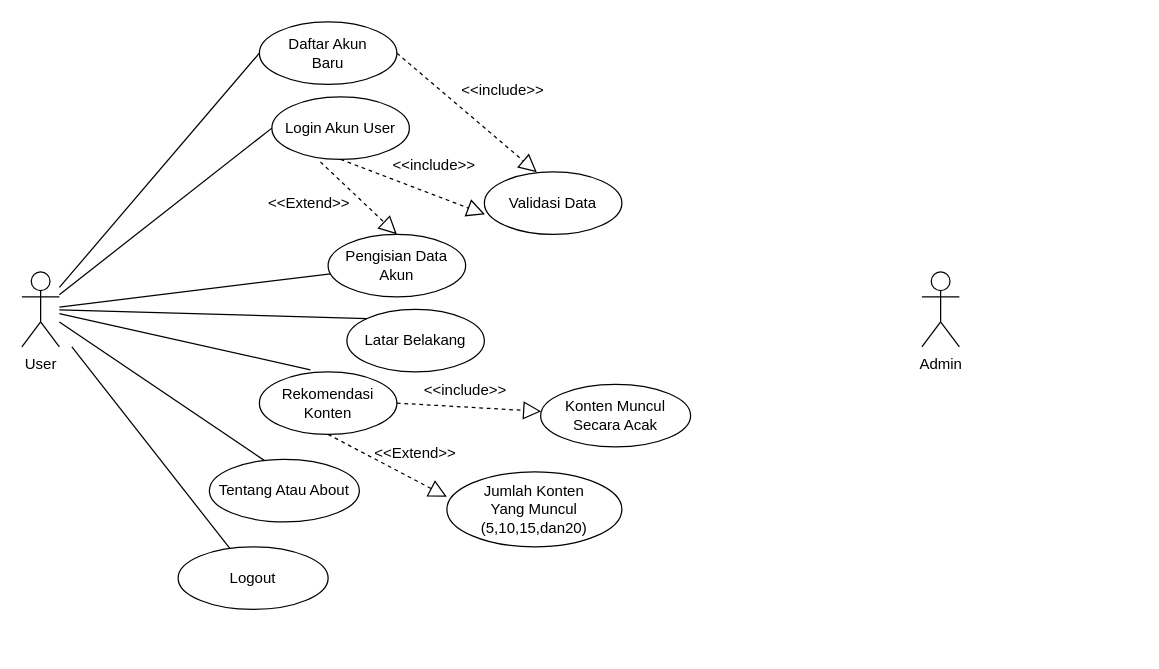
This is Use case.drawio from abdraiin/Sistem-Rekomendasi-Konten, a draw.io file, before an edit. Source tidied: cells renumbered, new cells numbered last; positions are measured from the earlier drawing's top-left corner, leaving out a move shared by most shapes. Both pictures are drawn from the tidied source at 125%, with x=0, y=0 at pixel (21, 21).
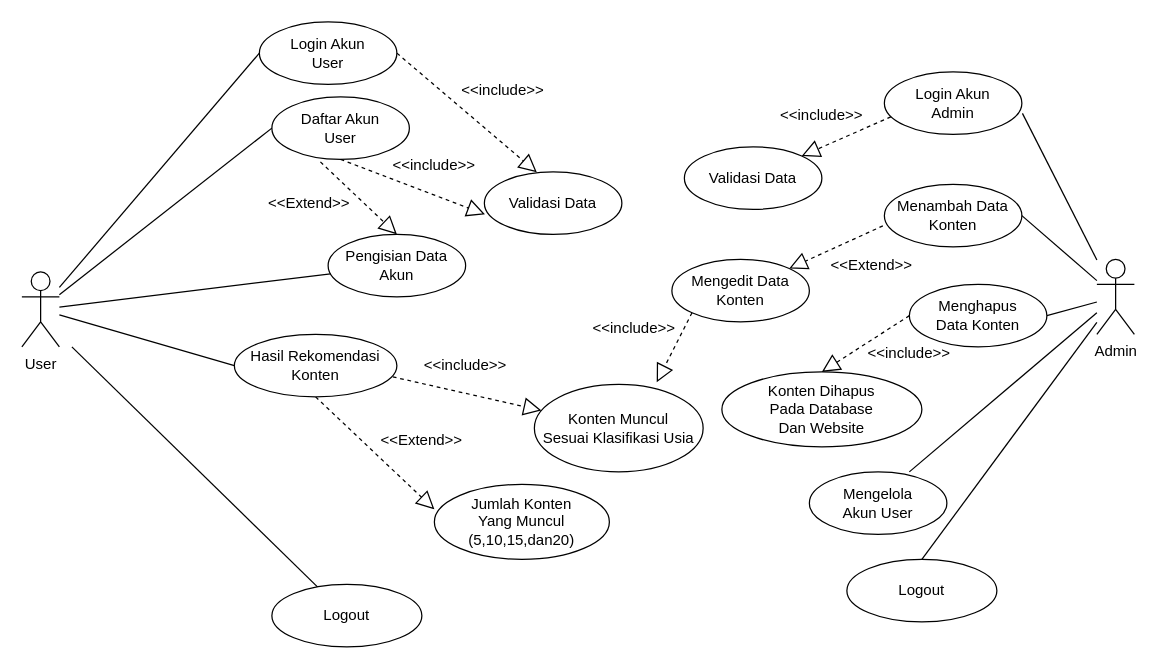
The same page after the edit.

The change refers to these unchanged cells:
```xml
<mxCell id="2" value="User" style="shape=umlActor;verticalLabelPosition=bottom;verticalAlign=top;html=1;outlineConnect=0;" parent="1" vertex="1">
  <mxGeometry y="200" width="30" height="60" as="geometry" />
</mxCell>
```

The edit, as a diff of the source:
```diff
@@
-    <mxCell id="3" value="Daftar Akun&lt;div&gt;Baru&lt;/div&gt;" style="ellipse;whiteSpace=wrap;html=1;" parent="1" vertex="1">
+    <mxCell id="3" value="Login Akun&lt;div&gt;User&lt;/div&gt;" style="ellipse;whiteSpace=wrap;html=1;" parent="1" vertex="1">
       <mxGeometry x="190" width="110" height="50" as="geometry" />
     </mxCell>
@@
-    <mxCell id="5" value="Login Akun User" style="ellipse;whiteSpace=wrap;html=1;" parent="1" vertex="1">
+    <mxCell id="5" value="Daftar Akun&lt;div&gt;User&lt;/div&gt;" style="ellipse;whiteSpace=wrap;html=1;" parent="1" vertex="1">
       <mxGeometry x="200" y="60" width="110" height="50" as="geometry" />
     </mxCell>
@@
-    <mxCell id="16" value="Latar Belakang" style="ellipse;whiteSpace=wrap;html=1;" parent="1" vertex="1">
-      <mxGeometry x="260" y="230" width="110" height="50" as="geometry" />
-    </mxCell>
-    <mxCell id="17" style="endArrow=none;html=1;rounded=0;entryX=0;entryY=0;entryDx=0;entryDy=0;" parent="1" edge="1" source="2" target="16">
+    <mxCell id="17" style="endArrow=none;html=1;rounded=0;entryX=0;entryY=0.5;entryDx=0;entryDy=0;" parent="1" edge="1" source="2" target="31">
       <mxGeometry relative="1" as="geometry" />
     </mxCell>
-    <mxCell id="18" value="Rekomendasi&lt;div&gt;Konten&lt;/div&gt;" style="ellipse;whiteSpace=wrap;html=1;" parent="1" vertex="1">
-      <mxGeometry x="190" y="280" width="110" height="50" as="geometry" />
-    </mxCell>
-    <mxCell id="19" style="endArrow=none;html=1;rounded=0;entryX=0.371;entryY=-0.032;entryDx=0;entryDy=0;entryPerimeter=0;" parent="1" edge="1" source="2" target="18">
-      <mxGeometry relative="1" as="geometry" />
-    </mxCell>
     <mxCell id="20" value="Jumlah Konten&lt;div&gt;Yang Muncul&lt;/div&gt;&lt;div&gt;(5,10,15,dan20)&lt;/div&gt;" style="ellipse;whiteSpace=wrap;html=1;" parent="1" vertex="1">
-      <mxGeometry x="340" y="360" width="140" height="60" as="geometry" />
+      <mxGeometry x="330" y="370" width="140" height="60" as="geometry" />
     </mxCell>
-    <mxCell id="21" value="Konten Muncul&lt;div&gt;Secara Acak&lt;/div&gt;" style="ellipse;whiteSpace=wrap;html=1;" parent="1" vertex="1">
-      <mxGeometry x="415" y="290" width="120" height="50" as="geometry" />
+    <mxCell id="21" value="Konten Muncul&lt;div&gt;Sesuai Klasifikasi&amp;nbsp;&lt;span style=&quot;background-color: transparent; color: light-dark(rgb(0, 0, 0), rgb(255, 255, 255));&quot;&gt;Usia&lt;/span&gt;&lt;/div&gt;" style="ellipse;whiteSpace=wrap;html=1;" parent="1" vertex="1">
+      <mxGeometry x="410" y="290" width="135" height="70" as="geometry" />
     </mxCell>
-    <mxCell id="22" style="endArrow=block;dashed=1;endFill=0;endSize=12;html=1;rounded=0;exitX=1;exitY=0.5;exitDx=0;exitDy=0;" parent="1" edge="1" source="18" target="21">
+    <mxCell id="22" style="endArrow=block;dashed=1;endFill=0;endSize=12;html=1;rounded=0;exitX=0.975;exitY=0.68;exitDx=0;exitDy=0;exitPerimeter=0;" parent="1" edge="1" source="31" target="21">
       <mxGeometry relative="1" as="geometry" />
     </mxCell>
-    <mxCell id="23" style="endArrow=block;dashed=1;endFill=0;endSize=12;html=1;rounded=0;exitX=0.5;exitY=1;exitDx=0;exitDy=0;entryX=0;entryY=0.333;entryDx=0;entryDy=0;entryPerimeter=0;" parent="1" edge="1" source="18" target="20">
+    <mxCell id="23" style="endArrow=block;dashed=1;endFill=0;endSize=12;html=1;rounded=0;exitX=0.5;exitY=1;exitDx=0;exitDy=0;entryX=0;entryY=0.333;entryDx=0;entryDy=0;entryPerimeter=0;" parent="1" edge="1" source="31" target="20">
       <mxGeometry relative="1" as="geometry" />
     </mxCell>
     <mxCell id="24" value="&amp;lt;&amp;lt;include&amp;gt;&amp;gt;" style="text;html=1;whiteSpace=wrap;strokeColor=none;fillColor=none;align=center;verticalAlign=middle;rounded=0;" parent="1" vertex="1">
-      <mxGeometry x="325" y="280" width="60" height="30" as="geometry" />
+      <mxGeometry x="325" y="260" width="60" height="30" as="geometry" />
     </mxCell>
     <mxCell id="25" value="&amp;lt;&amp;lt;Extend&amp;gt;&amp;gt;" style="text;html=1;whiteSpace=wrap;strokeColor=none;fillColor=none;align=center;verticalAlign=middle;rounded=0;" parent="1" vertex="1">
-      <mxGeometry x="285" y="330" width="60" height="30" as="geometry" />
+      <mxGeometry x="290" y="320" width="60" height="30" as="geometry" />
     </mxCell>
-    <mxCell id="26" style="endArrow=none;html=1;rounded=0;entryX=0.42;entryY=0.104;entryDx=0;entryDy=0;entryPerimeter=0;" parent="1" edge="1" source="2" target="27">
-      <mxGeometry relative="1" as="geometry" />
-    </mxCell>
-    <mxCell id="27" value="Tentang Atau About" style="ellipse;whiteSpace=wrap;html=1;" parent="1" vertex="1">
-      <mxGeometry x="150" y="350" width="120" height="50" as="geometry" />
-    </mxCell>
     <mxCell id="28" value="Logout" style="ellipse;whiteSpace=wrap;html=1;" parent="1" vertex="1">
-      <mxGeometry x="125" y="420" width="120" height="50" as="geometry" />
+      <mxGeometry x="200" y="450" width="120" height="50" as="geometry" />
     </mxCell>
@@
     <mxCell id="30" value="Admin" style="shape=umlActor;verticalLabelPosition=bottom;verticalAlign=top;html=1;outlineConnect=0;" parent="1" vertex="1">
-      <mxGeometry x="720" y="200" width="30" height="60" as="geometry" />
+      <mxGeometry x="860" y="190" width="30" height="60" as="geometry" />
     </mxCell>
+    <mxCell id="31" value="Hasil Rekomendasi&lt;div&gt;Konten&lt;/div&gt;" style="ellipse;whiteSpace=wrap;html=1;" parent="1" vertex="1">
+      <mxGeometry x="170" y="250" width="130" height="50" as="geometry" />
+    </mxCell>
+    <mxCell id="32" style="endArrow=none;html=1;rounded=0;entryX=1.004;entryY=0.664;entryDx=0;entryDy=0;entryPerimeter=0;" parent="1" edge="1" source="30" target="33">
+      <mxGeometry relative="1" as="geometry" />
+    </mxCell>
+    <mxCell id="33" value="Login Akun&lt;div&gt;Admin&lt;/div&gt;" style="ellipse;whiteSpace=wrap;html=1;" parent="1" vertex="1">
+      <mxGeometry x="690" y="40" width="110" height="50" as="geometry" />
+    </mxCell>
+    <mxCell id="34" value="Validasi Data" style="ellipse;whiteSpace=wrap;html=1;" parent="1" vertex="1">
+      <mxGeometry x="530" y="100" width="110" height="50" as="geometry" />
+    </mxCell>
+    <mxCell id="35" style="endArrow=block;dashed=1;endFill=0;endSize=12;html=1;rounded=0;exitX=0.047;exitY=0.72;exitDx=0;exitDy=0;entryX=1;entryY=0;entryDx=0;entryDy=0;exitPerimeter=0;" parent="1" edge="1" source="33" target="34">
+      <mxGeometry relative="1" as="geometry" />
+    </mxCell>
+    <mxCell id="36" value="&amp;lt;&amp;lt;include&amp;gt;&amp;gt;" style="text;html=1;whiteSpace=wrap;strokeColor=none;fillColor=none;align=center;verticalAlign=middle;rounded=0;" parent="1" vertex="1">
+      <mxGeometry x="610" y="60" width="60" height="30" as="geometry" />
+    </mxCell>
+    <mxCell id="37" value="Menambah Data&lt;div&gt;Konten&lt;/div&gt;" style="ellipse;whiteSpace=wrap;html=1;" parent="1" vertex="1">
+      <mxGeometry x="690" y="130" width="110" height="50" as="geometry" />
+    </mxCell>
+    <mxCell id="38" style="endArrow=none;html=1;rounded=0;entryX=1;entryY=0.5;entryDx=0;entryDy=0;" parent="1" edge="1" source="30" target="37">
+      <mxGeometry relative="1" as="geometry" />
+    </mxCell>
+    <mxCell id="39" style="endArrow=block;dashed=1;endFill=0;endSize=12;html=1;rounded=0;exitX=-0.011;exitY=0.664;exitDx=0;exitDy=0;exitPerimeter=0;entryX=1;entryY=0;entryDx=0;entryDy=0;" parent="1" edge="1" source="37" target="40">
+      <mxGeometry relative="1" as="geometry" />
+    </mxCell>
+    <mxCell id="40" value="Mengedit Data&lt;div&gt;Konten&lt;/div&gt;" style="ellipse;whiteSpace=wrap;html=1;" parent="1" vertex="1">
+      <mxGeometry x="520" y="190" width="110" height="50" as="geometry" />
+    </mxCell>
+    <mxCell id="41" value="&amp;lt;&amp;lt;Extend&amp;gt;&amp;gt;" style="text;html=1;whiteSpace=wrap;strokeColor=none;fillColor=none;align=center;verticalAlign=middle;rounded=0;" parent="1" vertex="1">
+      <mxGeometry x="650" y="180" width="60" height="30" as="geometry" />
+    </mxCell>
+    <mxCell id="42" style="endArrow=none;html=1;rounded=0;entryX=1;entryY=0.5;entryDx=0;entryDy=0;" parent="1" edge="1" source="30" target="43">
+      <mxGeometry relative="1" as="geometry" />
+    </mxCell>
+    <mxCell id="43" value="Menghapus&lt;div&gt;Data Konten&lt;/div&gt;" style="ellipse;whiteSpace=wrap;html=1;" parent="1" vertex="1">
+      <mxGeometry x="710" y="210" width="110" height="50" as="geometry" />
+    </mxCell>
+    <mxCell id="44" style="endArrow=none;html=1;rounded=0;entryX=0.727;entryY=0;entryDx=0;entryDy=0;entryPerimeter=0;" parent="1" edge="1" source="30" target="45">
+      <mxGeometry relative="1" as="geometry" />
+    </mxCell>
+    <mxCell id="45" value="Mengelola&lt;div&gt;Akun User&lt;/div&gt;" style="ellipse;whiteSpace=wrap;html=1;" parent="1" vertex="1">
+      <mxGeometry x="630" y="360" width="110" height="50" as="geometry" />
+    </mxCell>
+    <mxCell id="46" style="endArrow=none;html=1;rounded=0;entryX=0.5;entryY=0;entryDx=0;entryDy=0;" parent="1" edge="1" source="30" target="47">
+      <mxGeometry relative="1" as="geometry" />
+    </mxCell>
+    <mxCell id="47" value="Logout" style="ellipse;whiteSpace=wrap;html=1;" parent="1" vertex="1">
+      <mxGeometry x="660" y="430" width="120" height="50" as="geometry" />
+    </mxCell>
+    <mxCell id="48" style="endArrow=block;dashed=1;endFill=0;endSize=12;html=1;rounded=0;exitX=0;exitY=1;exitDx=0;exitDy=0;entryX=0.725;entryY=-0.024;entryDx=0;entryDy=0;entryPerimeter=0;" parent="1" edge="1" source="40" target="21">
+      <mxGeometry relative="1" as="geometry" />
+    </mxCell>
+    <mxCell id="49" value="&amp;lt;&amp;lt;include&amp;gt;&amp;gt;" style="text;html=1;whiteSpace=wrap;strokeColor=none;fillColor=none;align=center;verticalAlign=middle;rounded=0;" parent="1" vertex="1">
+      <mxGeometry x="460" y="230" width="60" height="30" as="geometry" />
+    </mxCell>
+    <mxCell id="50" style="endArrow=block;dashed=1;endFill=0;endSize=12;html=1;rounded=0;exitX=0;exitY=0.5;exitDx=0;exitDy=0;entryX=0.5;entryY=0;entryDx=0;entryDy=0;" parent="1" edge="1" source="43" target="52">
+      <mxGeometry relative="1" as="geometry" />
+    </mxCell>
+    <mxCell id="51" value="&amp;lt;&amp;lt;include&amp;gt;&amp;gt;" style="text;html=1;whiteSpace=wrap;strokeColor=none;fillColor=none;align=center;verticalAlign=middle;rounded=0;" parent="1" vertex="1">
+      <mxGeometry x="680" y="250" width="60" height="30" as="geometry" />
+    </mxCell>
+    <mxCell id="52" value="Konten Dihapus&lt;div&gt;Pada Database&lt;/div&gt;&lt;div&gt;Dan Website&lt;/div&gt;" style="ellipse;whiteSpace=wrap;html=1;" parent="1" vertex="1">
+      <mxGeometry x="560" y="280" width="160" height="60" as="geometry" />
+    </mxCell>
```
